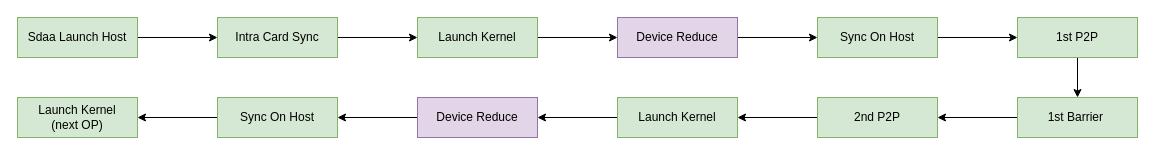
Earlier version of the draw.io diagram TCCL/LowLatencyWorkFLowByHostSync.drawio (BEYHHH/SBLP). Source tidied: cells renumbered, new cells numbered last; positions are measured from the earlier drawing's top-left corner, leaving out a move shared by most shapes. Both pictures are drawn from the tidied source at 100%, with x=0, y=0 at pixel (17, 17).
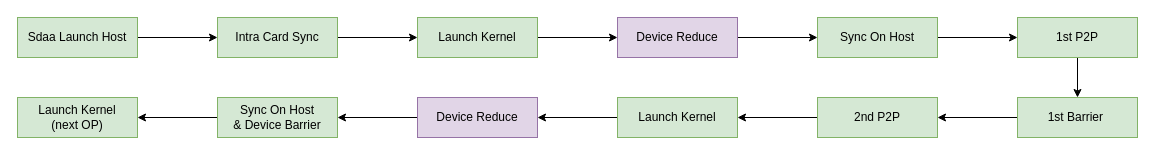
The same page after the edit.

Diff of the diagram source:
```diff
@@
-    <mxCell id="21" value="Sync On Host" style="rounded=0;whiteSpace=wrap;html=1;fillColor=#d5e8d4;strokeColor=#82b366;" parent="1" vertex="1">
+    <mxCell id="21" value="Sync On Host&lt;br&gt;&amp;amp; Device Barrier" style="rounded=0;whiteSpace=wrap;html=1;fillColor=#d5e8d4;strokeColor=#82b366;" parent="1" vertex="1">
       <mxGeometry x="200" y="80" width="120" height="40" as="geometry" />
     </mxCell>
```
